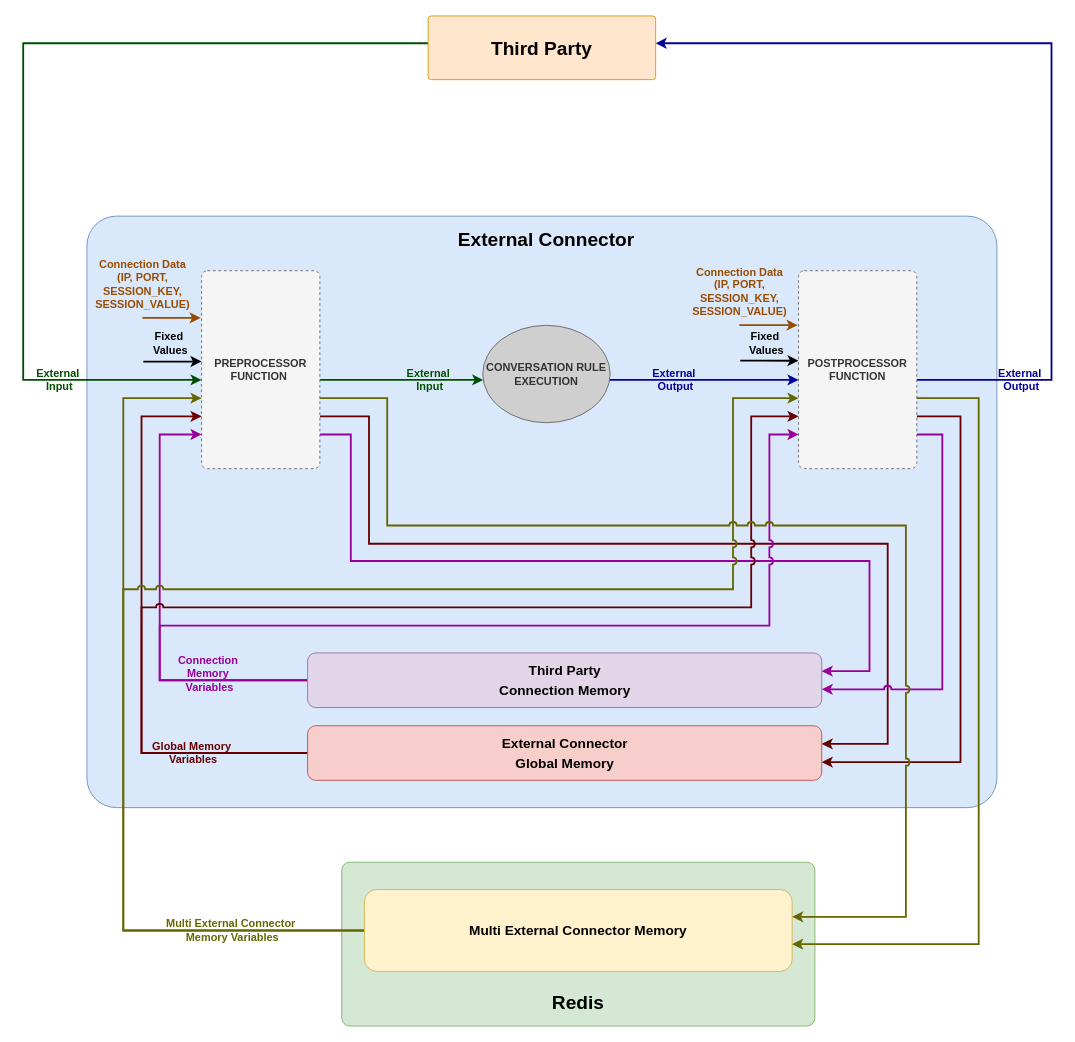
Above: page "custom_pre_post_processor_functions" (11 of 12) of drawings_editable_format/SecLopeDeVega.drawio in 4LB3R70D/SecLopeDeVega-Docs (draw.io), before the change. Source tidied: cells renumbered, new cells numbered last; positions are measured from the earlier drawing's top-left corner, leaving out a move shared by most shapes. Both pictures are drawn from the tidied source at 91%, with x=0, y=0 at pixel (23, 15).
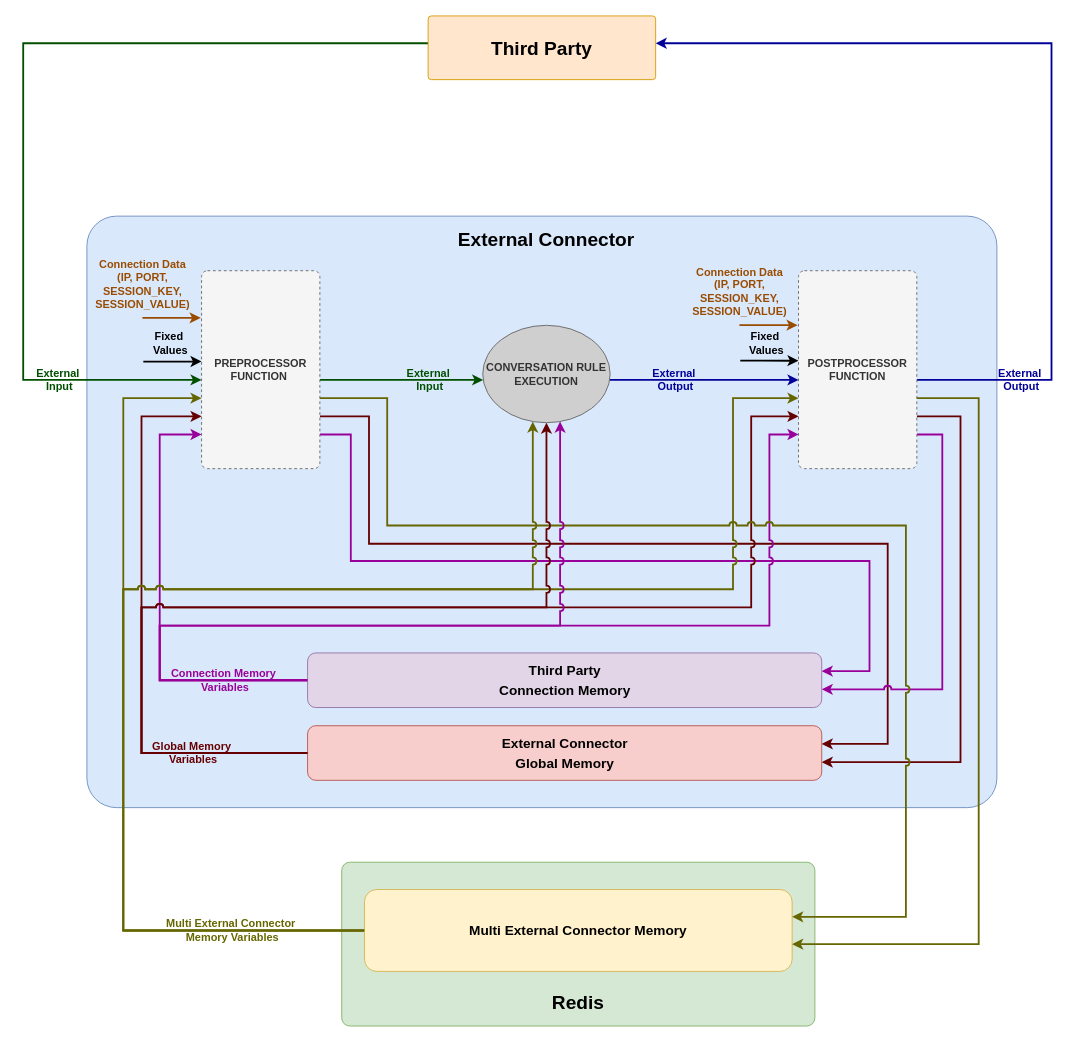
Above is the later version.

Unchanged cells that the change refers to:
```xml
<mxCell id="17" value="&lt;b style=&quot;font-size: 15px;&quot;&gt;Third Party&lt;br&gt;Connection Memory&lt;/b&gt;" style="rounded=1;whiteSpace=wrap;html=1;fontSize=18;fillColor=#e1d5e7;strokeColor=#9673a6;" parent="1" vertex="1">
  <mxGeometry x="312.5" y="700" width="565" height="60" as="geometry" />
</mxCell>
<mxCell id="20" value="&lt;b style=&quot;font-size: 15px;&quot;&gt;External Connector&lt;br&gt;Global Memory&lt;/b&gt;" style="rounded=1;whiteSpace=wrap;html=1;fontSize=18;fillColor=#f8cecc;strokeColor=#b85450;" parent="1" vertex="1">
  <mxGeometry x="312.5" y="780" width="565" height="60" as="geometry" />
</mxCell>
<mxCell id="23" value="&lt;b style=&quot;font-size: 15px;&quot;&gt;Multi External Connector Memory&lt;/b&gt;" style="rounded=1;whiteSpace=wrap;html=1;fontSize=18;fillColor=#fff2cc;strokeColor=#d6b656;" parent="1" vertex="1">
  <mxGeometry x="375" y="960" width="470" height="90" as="geometry" />
</mxCell>
<mxCell id="26" value="CONVERSATION RULE EXECUTION" style="ellipse;whiteSpace=wrap;html=1;fillColor=#CFCFCF;fontColor=#333333;strokeColor=#666666;fontStyle=1;" parent="1" vertex="1">
  <mxGeometry x="505" y="340" width="140" height="107" as="geometry" />
</mxCell>
```

What changed in the source:
```diff
@@
-    <mxCell id="39" value="Connection &lt;br&gt;Memory&lt;br&gt;&amp;nbsp;Variables" style="text;html=1;align=center;verticalAlign=middle;strokeColor=none;fillColor=none;fontStyle=1;fontColor=#990099;" parent="1" vertex="1">
-      <mxGeometry x="158" y="693" width="90" height="60" as="geometry" />
+    <mxCell id="39" value="Connection Memory&lt;br&gt;&amp;nbsp;Variables" style="text;html=1;align=center;verticalAlign=middle;strokeColor=none;fillColor=none;fontStyle=1;fontColor=#990099;" parent="1" vertex="1">
+      <mxGeometry x="150" y="710" width="140" height="40" as="geometry" />
     </mxCell>
@@
+    <mxCell id="44" style="edgeStyle=orthogonalEdgeStyle;rounded=0;jumpStyle=arc;jettySize=auto;html=1;strokeWidth=2;strokeColor=#990099;" parent="1" edge="1" source="17" target="26">
+      <mxGeometry relative="1" as="geometry">
+        <Array as="points">
+          <mxPoint x="150" y="730" />
+          <mxPoint x="150" y="670" />
+          <mxPoint x="590" y="670" />
+        </Array>
+      </mxGeometry>
+    </mxCell>
+    <mxCell id="45" style="edgeStyle=orthogonalEdgeStyle;rounded=0;jumpStyle=arc;jettySize=auto;html=1;strokeWidth=2;strokeColor=#660000;" parent="1" edge="1" source="20" target="26">
+      <mxGeometry relative="1" as="geometry">
+        <Array as="points">
+          <mxPoint x="130" y="810" />
+          <mxPoint x="130" y="650" />
+          <mxPoint x="575" y="650" />
+        </Array>
+      </mxGeometry>
+    </mxCell>
+    <mxCell id="46" style="edgeStyle=orthogonalEdgeStyle;rounded=0;jumpStyle=arc;jettySize=auto;html=1;strokeWidth=2;strokeColor=#666600;" parent="1" edge="1" source="23" target="26">
+      <mxGeometry relative="1" as="geometry">
+        <Array as="points">
+          <mxPoint x="110" y="1005" />
+          <mxPoint x="110" y="630" />
+          <mxPoint x="560" y="630" />
+        </Array>
+      </mxGeometry>
+    </mxCell>
```
